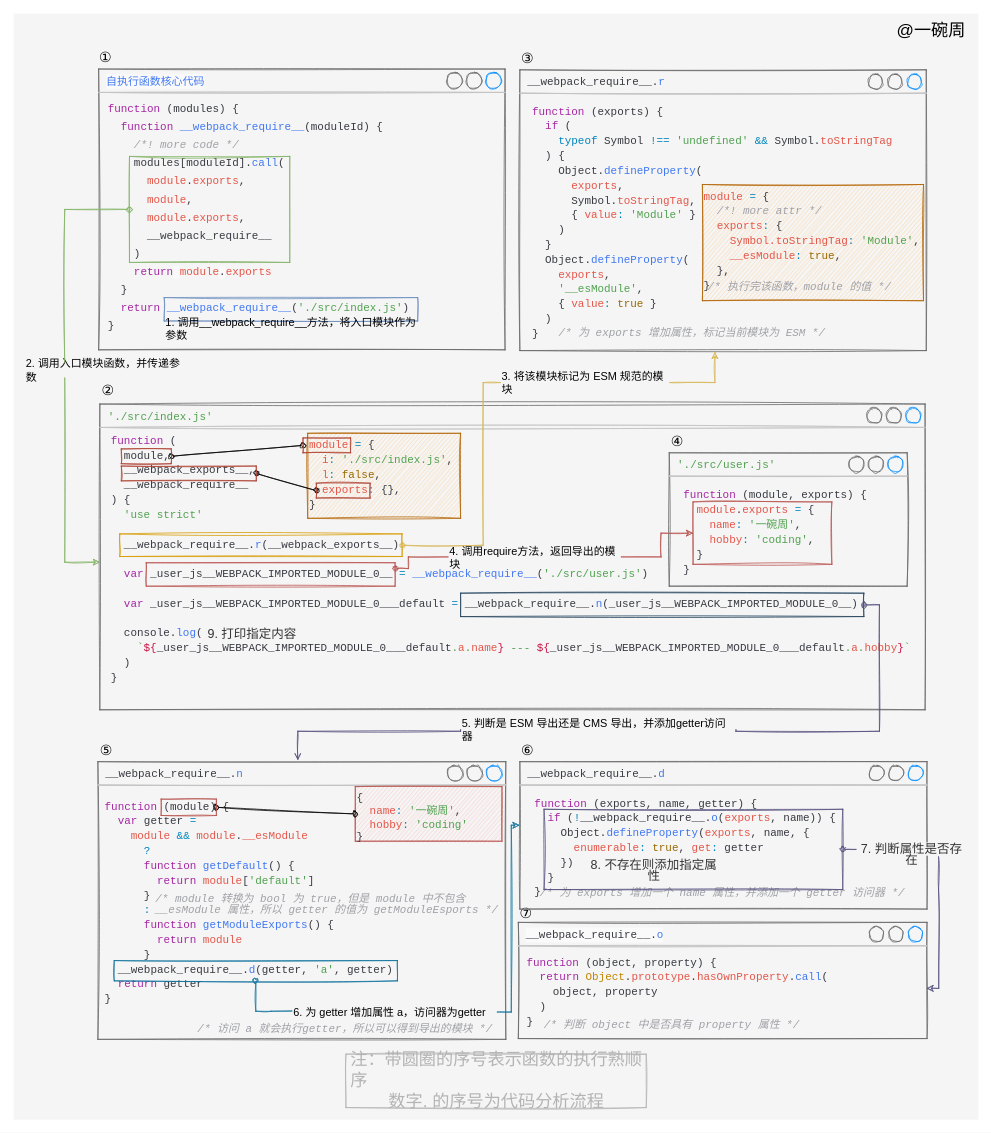
The draw.io diagram 前端工程化/06_手写webpack/draw/write-wp-07.drawio in ywanzhou/Learn-front-end-from-scratc, before the edit. Source tidied: cells renumbered, new cells numbered last; positions are measured from the earlier drawing's top-left corner, leaving out a move shared by most shapes. Both pictures are drawn from the tidied source at 78%, with x=0, y=0 at pixel (13, 13).
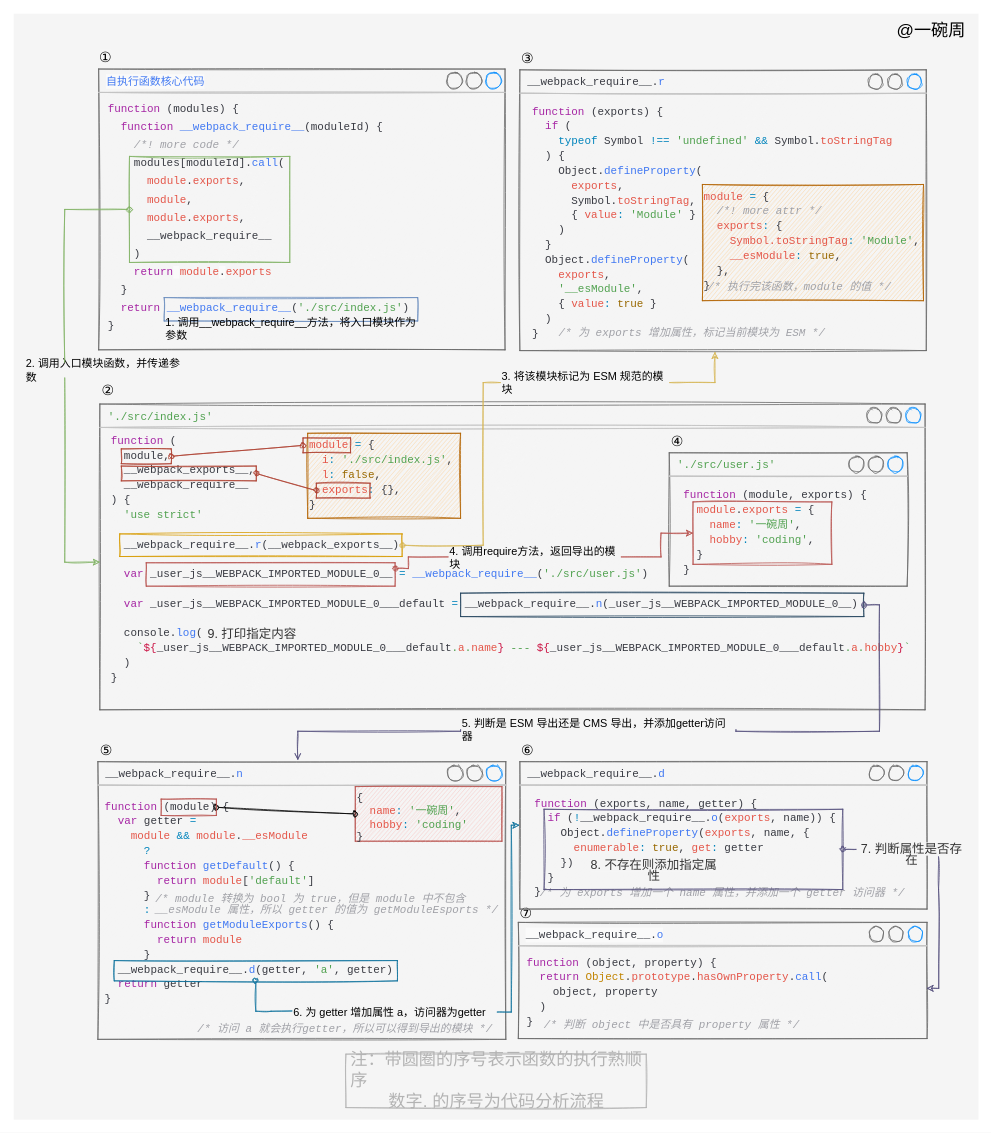
The same diagram, later.

Unchanged cells that the change refers to:
```xml
<mxCell id="39" style="rounded=0;whiteSpace=wrap;html=1;sketch=1;strokeColor=#ae4132;fillColor=none;" parent="1" vertex="1">
  <mxGeometry x="138" y="558" width="64" height="19" as="geometry" />
</mxCell>
<mxCell id="40" style="rounded=0;whiteSpace=wrap;html=1;sketch=1;strokeColor=#ae4132;fillColor=none;" parent="1" vertex="1">
  <mxGeometry x="371" y="544" width="61" height="19" as="geometry" />
</mxCell>
<mxCell id="42" style="rounded=0;whiteSpace=wrap;html=1;sketch=1;strokeColor=#ae4132;fillColor=none;" parent="1" vertex="1">
  <mxGeometry x="138" y="580" width="173" height="19" as="geometry" />
</mxCell>
<mxCell id="43" style="rounded=0;whiteSpace=wrap;html=1;sketch=1;strokeColor=#ae4132;fillColor=none;" parent="1" vertex="1">
  <mxGeometry x="388" y="602" width="69" height="19" as="geometry" />
</mxCell>
```

What changed in the source:
```diff
@@
-    <mxCell id="38" style="rounded=0;sketch=1;jettySize=auto;html=1;exitX=1;exitY=0.5;exitDx=0;exitDy=0;entryX=0;entryY=0.5;entryDx=0;entryDy=0;startArrow=oval;startFill=1;endArrow=oval;endFill=1;" parent="1" edge="1" source="39" target="40">
+    <mxCell id="38" style="rounded=0;sketch=1;jettySize=auto;html=1;exitX=1;exitY=0.5;exitDx=0;exitDy=0;entryX=0;entryY=0.5;entryDx=0;entryDy=0;startArrow=oval;startFill=1;endArrow=oval;endFill=1;strokeColor=#AE4132;" parent="1" edge="1" source="39" target="40">
       <mxGeometry relative="1" as="geometry" />
     </mxCell>
@@
-    <mxCell id="41" style="edgeStyle=none;rounded=0;sketch=1;jettySize=auto;html=1;exitX=1;exitY=0.5;exitDx=0;exitDy=0;entryX=0;entryY=0.5;entryDx=0;entryDy=0;startArrow=oval;startFill=1;endArrow=oval;endFill=1;" parent="1" edge="1" source="42" target="43">
+    <mxCell id="41" style="edgeStyle=none;rounded=0;sketch=1;jettySize=auto;html=1;exitX=1;exitY=0.5;exitDx=0;exitDy=0;entryX=0;entryY=0.5;entryDx=0;entryDy=0;startArrow=oval;startFill=1;endArrow=oval;endFill=1;strokeColor=#AE4132;" parent="1" edge="1" source="42" target="43">
       <mxGeometry relative="1" as="geometry" />
     </mxCell>
```
